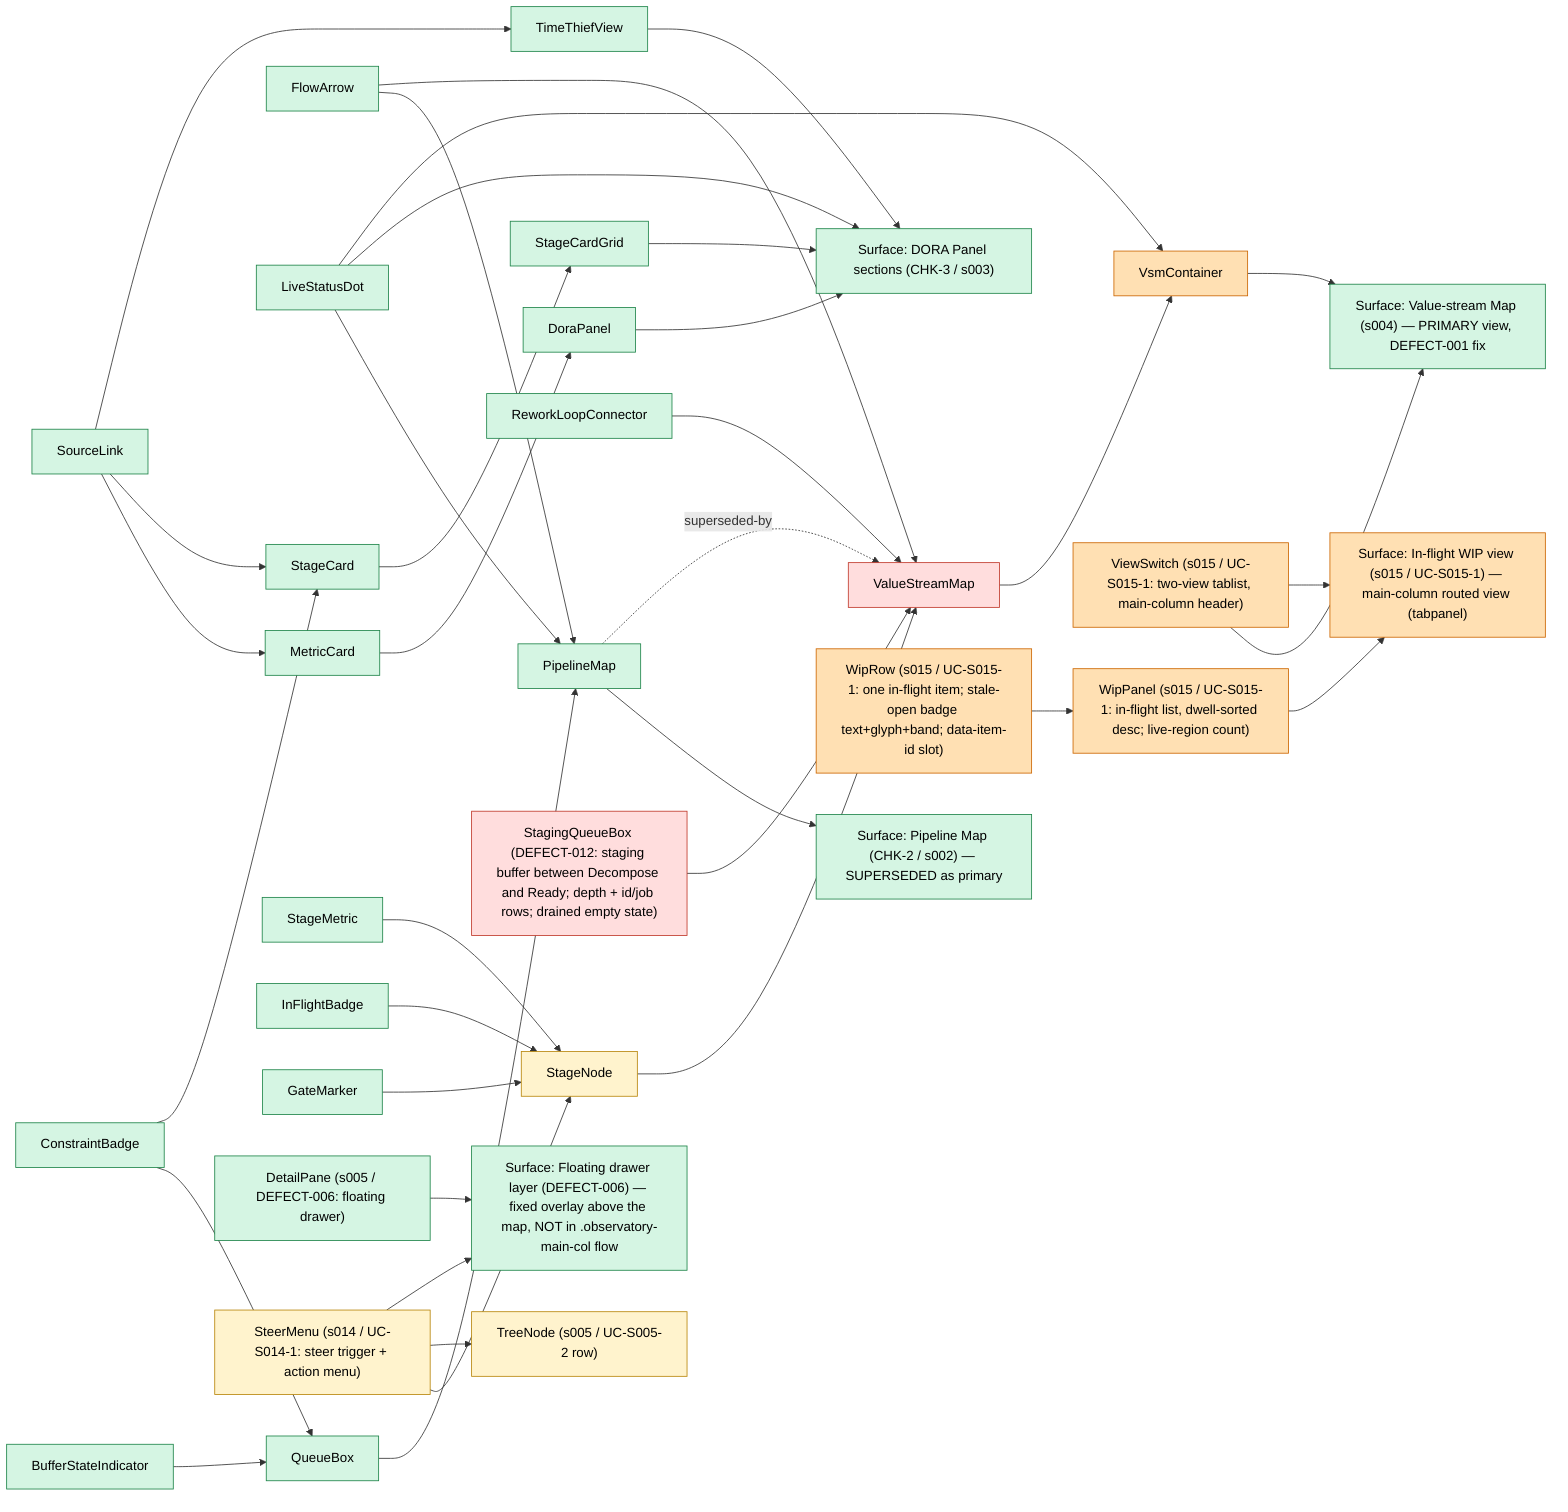
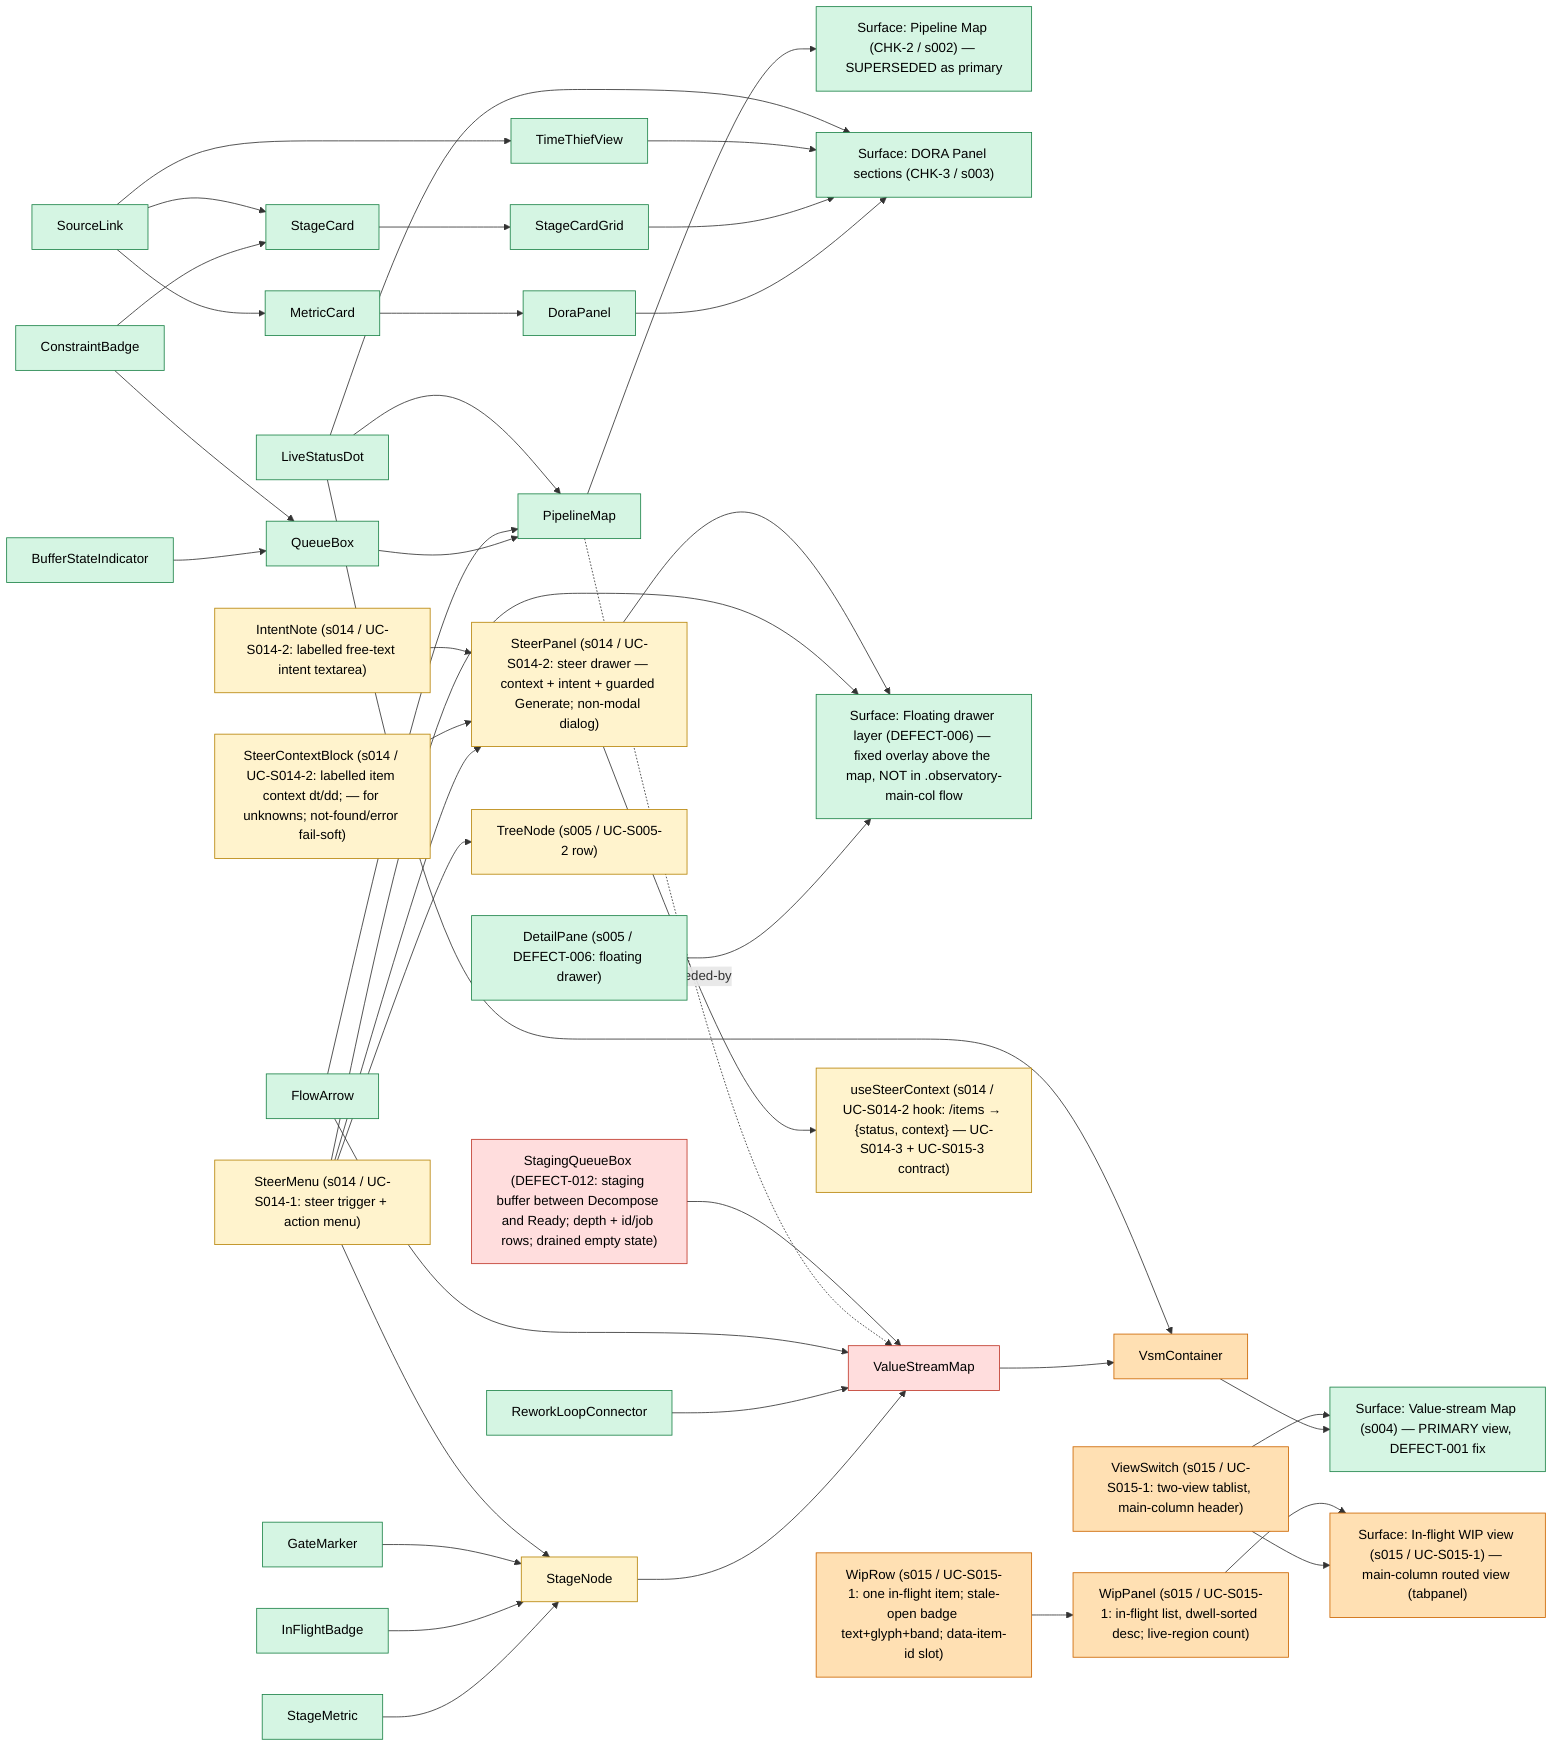
%% Observatory UI change-impact model — design-system components -> surfaces that use them.
%% Owner: ui-designer. Edges = "used by". Nodes/edges added or re-pointed in a commit
%% are marked `class ... changed` in the SAME commit; the tester consumes the marks
%% as the UI test-plan input, then they are cleared at slice delivery.
%% Seeded: s002-pipeline-map (CHK-2) — DELIVERED 2026-06-09T02:22:00Z; all nodes stable.
graph LR
  %% --- surfaces ---
  PipelineMapScreen["Surface: Pipeline Map (CHK-2 / s002) — SUPERSEDED as primary"]
  DoraPanelScreen["Surface: DORA Panel sections (CHK-3 / s003)"]
  ValueStreamScreen["Surface: Value-stream Map (s004) — PRIMARY view, DEFECT-001 fix"]
  ObservatoryDrawerLayer["Surface: Floating drawer layer (DEFECT-006) — fixed overlay above the map, NOT in .observatory-main-col flow"]

  %% --- design-system components ---
  PipelineMap["PipelineMap"]
  QueueBox["QueueBox"]
  BufferStateIndicator["BufferStateIndicator"]
  ConstraintBadge["ConstraintBadge"]
  FlowArrow["FlowArrow"]
  LiveStatusDot["LiveStatusDot"]
  DoraPanel["DoraPanel"]
  MetricCard["MetricCard"]
  StageCardGrid["StageCardGrid"]
  StageCard["StageCard"]
  TimeThiefView["TimeThiefView"]
  SourceLink["SourceLink"]
  %% s004 value-stream components (DEFECT-001 fix) — mounted as the PRIMARY view
  VsmContainer["VsmContainer"]
  ValueStreamMap["ValueStreamMap"]
  StageNode["StageNode"]
  StageMetric["StageMetric"]
  InFlightBadge["InFlightBadge"]
  GateMarker["GateMarker"]
  ReworkLoopConnector["ReworkLoopConnector"]

  %% --- used-by edges ---
  PipelineMap --> PipelineMapScreen
  QueueBox --> PipelineMap
  BufferStateIndicator --> QueueBox
  ConstraintBadge --> QueueBox
  FlowArrow --> PipelineMap
  LiveStatusDot --> PipelineMap
  %% CHK-3 (s003) used-by edges
  DoraPanel --> DoraPanelScreen
  StageCardGrid --> DoraPanelScreen
  TimeThiefView --> DoraPanelScreen
  MetricCard --> DoraPanel
  StageCard --> StageCardGrid
  ConstraintBadge --> StageCard
  SourceLink --> MetricCard
  SourceLink --> StageCard
  SourceLink --> TimeThiefView
  LiveStatusDot --> DoraPanelScreen
  %% s004 (DEFECT-001) used-by edges — the value-stream map becomes the primary surface.
  %% Runtime routing path: main.jsx mounts VsmContainer (NOT MapContainer) → ValueStreamMap.
  VsmContainer --> ValueStreamScreen
  ValueStreamMap --> VsmContainer
  StageNode --> ValueStreamMap
  StageMetric --> StageNode
  InFlightBadge --> StageNode
  GateMarker --> StageNode
  ReworkLoopConnector --> ValueStreamMap
  FlowArrow --> ValueStreamMap
  LiveStatusDot --> VsmContainer
  %% supersession: PipelineMap is no longer mounted as the primary view (still in tree, tested).
  PipelineMap -. superseded-by .-> ValueStreamMap

  %% DEFECT-006: DetailPane RE-POINTED — was an in-flow sibling of ValueStreamMap inside
  %% .observatory-main-col (reflowed the map); now a position:fixed floating drawer on its
  %% own overlay layer. The re-point is the regression-guard input for the tester (GEO-S005-3b).
  DetailPane["DetailPane (s005 / DEFECT-006: floating drawer)"]
  DetailPane --> ObservatoryDrawerLayer

  %% s014 / UC-S014-1: SteerMenu (NEW) — per-item steer trigger + body-portalled
  %% role=menu popover (4 action types). Composed READ-ONLY into the queue chips
  %% (StageNode) and the tree rows (TreeNode); onSteer(itemId, actionType) prop
  %% slot threads VsmContainer→ValueStreamMap→StageNode and WorkItemTree→TreeNode
  %% (no host logic change). The popover renders on the fixed-overlay layer
  %% (DEFECT-006 discipline) — zero flow height, own stacking context.
  %% NOTE for tester: trigger carries data-steer-item-id (NOT data-item-id — that
  %% stays the treeitem's unique selector); MetricSource reveal panels are now
  %% pointer-events:none so they cannot intercept clicks on the chips' triggers.
  TreeNode["TreeNode (s005 / UC-S005-2 row)"]
  SteerMenu["SteerMenu (s014 / UC-S014-1: steer trigger + action menu)"]
  SteerMenu --> StageNode
  SteerMenu --> TreeNode
  SteerMenu --> ObservatoryDrawerLayer

+   %% s014 / UC-S014-2: SteerPanel (NEW) — the right-anchored NON-MODAL steer
+   %% drawer the SteerMenu opens (DetailPane drawer IDIOM, not the component):
+   %% position:fixed + portalled to document.body, z = --z-drawer + 1 (topmost
+   %% over a co-open DetailPane). Regions: header → SteerContextBlock (labelled
+   %% dt/dd context, data-source anchor) → IntentNote textarea → guarded
+   %% "Generate prompt" (aria-disabled until ≥1 char) → UC-S014-3 output SLOT.
+   %% Data: useSteerContext(itemId) fetches the EXISTING /items endpoint
+   %% (READ-ONLY; no new route) → {status, context} — the contract UC-S014-3
+   %% (promptBuilder) and UC-S015-3 (ReslicePreviewPanel) consume verbatim.
+   %% RUNTIME ROUTING for the tester: ObservatoryView now OWNS the steer gesture
+   %% — onSteer threads ObservatoryView→WorkItemTreeContainer→WorkItemTree→
+   %% TreeNode→SteerMenu AND ObservatoryView→VsmContainer→ValueStreamMap→
+   %% StageNode→SteerMenu (UC-S014-1's stub destination is now real); selection
+   %% mounts SteerPanelContainer as a layout sibling (body-portalled overlay).
+   %% Esc/×/Cancel close → focus RETURNS to the opening steer trigger.
+   SteerPanel["SteerPanel (s014 / UC-S014-2: steer drawer — context + intent + guarded Generate; non-modal dialog)"]
+   SteerContextBlock["SteerContextBlock (s014 / UC-S014-2: labelled item context dt/dd; — for unknowns; not-found/error fail-soft)"]
+   IntentNote["IntentNote (s014 / UC-S014-2: labelled free-text intent textarea)"]
+   UseSteerContext["useSteerContext (s014 / UC-S014-2 hook: /items → {status, context} — UC-S014-3 + UC-S015-3 contract)"]
+   SteerMenu --> SteerPanel
+   SteerPanel --> UseSteerContext
+   SteerContextBlock --> SteerPanel
+   IntentNote --> SteerPanel
+   SteerPanel --> ObservatoryDrawerLayer
+ 
  %% s015 / UC-S015-1: WIP navigation panel — ROUTED VIEW (EXP-016). ObservatoryView's
  %% main column gains a ViewSwitch tablist ("Pipeline" | "In-flight WIP") that swaps
  %% the column content between VsmContainer (default) and WipPanel. The two surfaces
  %% NEVER co-exist (inactive tabpanel is hidden AND empty → genuinely unmounted), so
  %% there is no overlay-reflow failure mode by construction (GEO-S015-1).
  %% RUNTIME ROUTING CHANGE for the tester: VsmContainer is now mounted CONDITIONALLY
  %% inside the pipeline tabpanel (was: unconditionally in .observatory-main-col) —
  %% GEO-S015-1 pins that switch-away-and-back restores a byte-identical VSM bbox.
  %% WipRow carries data-item-id — the composition slot UC-S015-2's SteerMenu reads.
  WipViewScreen["Surface: In-flight WIP view (s015 / UC-S015-1) — main-column routed view (tabpanel)"]
  ViewSwitch["ViewSwitch (s015 / UC-S015-1: two-view tablist, main-column header)"]
  WipPanel["WipPanel (s015 / UC-S015-1: in-flight list, dwell-sorted desc; live-region count)"]
  WipRow["WipRow (s015 / UC-S015-1: one in-flight item; stale-open badge text+glyph+band; data-item-id slot)"]
  ViewSwitch --> ValueStreamScreen
  ViewSwitch --> WipViewScreen
  WipPanel --> WipViewScreen
  WipRow --> WipPanel

  %% DEFECT-012: StagingQueueBox (NEW) — the staging buffer ("decomposed,
  %% awaiting triage") rendered INSIDE ValueStreamMap's queue lane BETWEEN the
  %% Decompose and Ready stage nodes, wrapped with two MiniArrows in the
  %% .staging-handoff flex item (replaces the old decompose→ready FlowArrow).
  %% Data: VsmContainer loads GET /queues/staging (getStagingQueue) and passes
  %% the {queue,depth,rows} envelope down; re-fetches on a staging.csv SSE frame.
  %% NOTE for tester: box is NOT focusable (A11Y-3 tab walk unchanged); testid
  %% staging-buffer (NOT stage-*); depth 0 renders an explicit drained state.
  StagingQueueBox["StagingQueueBox (DEFECT-012: staging buffer between Decompose and Ready; depth + id/job rows; drained empty state)"]
  StagingQueueBox --> ValueStreamMap

  classDef delivered fill:#d5f5e3,stroke:#1e8449,color:#000;
  %% CHK-3 (s003) DROPPED — scope absorbed into CHK-2 restated done-condition (s004 delivered).
  %% s004 DELIVERED 2026-06-10T11:00:00Z — CHK-2 done-condition MET.
  %% DEFECT-006 FIXED — DetailPane floating-drawer re-point delivered as part of s005 (CHK-4 done 2026-06-10T19:00:00Z).
  %% All of the above: s003-changed, s004changed, defect006changed marks cleared at their delivery.
  %% (ValueStreamMap moved to def012changed below — DEFECT-012 queue-lane re-route.)
  class PipelineMapScreen,PipelineMap,QueueBox,BufferStateIndicator,ConstraintBadge,FlowArrow,LiveStatusDot,DoraPanelScreen,DoraPanel,MetricCard,StageCardGrid,StageCard,TimeThiefView,SourceLink,ValueStreamScreen,VsmContainer,StageMetric,InFlightBadge,GateMarker,ReworkLoopConnector,DetailPane,ObservatoryDrawerLayer delivered;
-   %% s014 still in-flight: UC-S014-1 done but UC-S014-2/3/4 planned; SteerMenu+StageNode+TreeNode
-   %% remain in blast radius for the remaining s014 UCs (panel, prompt builder, clipboard/SSE).
+   %% s014 still in-flight: UC-S014-1+2 done but UC-S014-3/4 planned; SteerMenu+StageNode+TreeNode
+   %% remain in blast radius for the remaining s014 UCs (prompt builder, clipboard/SSE).
+   %% UC-S014-2 THIS commit: SteerPanel/SteerContextBlock/IntentNote/useSteerContext added;
+   %% SteerMenu→SteerPanel edge made real (onSteer now opens the panel — ObservatoryView +
+   %% WorkItemTreeContainer carry the pass-through). Tester UI test-plan input.
  %% Convention: s014changed cleared only at full s014 slice delivery after tester final sign-off.
  classDef s014changed fill:#fff3cd,stroke:#b8860b,color:#000;
-   class SteerMenu,TreeNode,StageNode s014changed;
+   class SteerMenu,TreeNode,StageNode,SteerPanel,SteerContextBlock,IntentNote,UseSteerContext s014changed;
  %% s015 / UC-S015-1 nodes added THIS commit + VsmContainer re-pointed (conditional
  %% mount inside the pipeline tabpanel) — tester UI test-plan input; cleared at
  %% s015 delivery after the tester consumes.
  classDef s015changed fill:#ffe0b3,stroke:#cc6600,color:#000;
  class WipViewScreen,ViewSwitch,WipPanel,WipRow,VsmContainer s015changed;
  %% DEFECT-012 — StagingQueueBox added + ValueStreamMap queue lane re-routed
  %% (decompose→staging→ready connectors); cleared at delivery after the tester consumes.
  classDef def012changed fill:#fdd,stroke:#c0392b,color:#000;
  class StagingQueueBox,ValueStreamMap def012changed;
